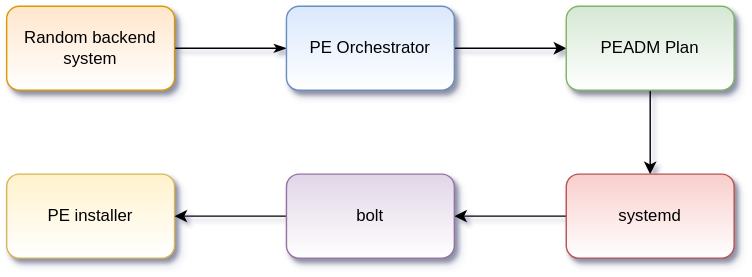
This is complicatedupgrade.drawio.svg from bastelfreak/cfgmgmtcamp2025, a draw.io export, as it was before one commit. Source tidied: cells renumbered, new cells last; positions are measured from the earlier drawing's top-left corner, leaving out a move shared by most shapes.
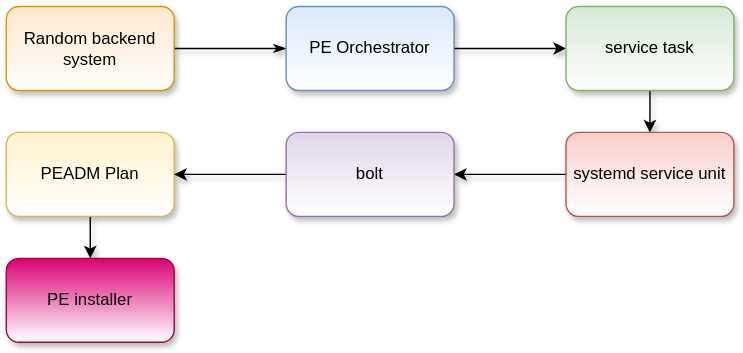
After the change.

What changed in the source:
```diff
@@ -2,38 +2,44 @@
   <root>
     <mxCell id="0" />
     <mxCell id="1" parent="0" />
-    <mxCell id="2" style="edgeStyle=orthogonalEdgeStyle;rounded=0;jettySize=auto;html=1;" parent="1" edge="1" source="4" target="6">
+    <mxCell id="2" style="edgeStyle=orthogonalEdgeStyle;rounded=0;jettySize=auto;html=1;shadow=1;" parent="1" edge="1" source="4" target="6">
       <mxGeometry relative="1" as="geometry" />
     </mxCell>
-    <mxCell id="3" style="edgeStyle=orthogonalEdgeStyle;rounded=0;jettySize=auto;html=1;startArrow=classicThin;startFill=1;endArrow=none;" parent="1" edge="1" source="4" target="7">
+    <mxCell id="3" style="edgeStyle=orthogonalEdgeStyle;rounded=0;jettySize=auto;html=1;startArrow=classicThin;startFill=1;endArrow=none;shadow=1;" parent="1" edge="1" source="4" target="7">
       <mxGeometry relative="1" as="geometry" />
     </mxCell>
     <mxCell id="4" value="PE Orchestrator" style="rounded=1;whiteSpace=wrap;html=1;fillColor=#dae8fc;strokeColor=#6c8ebf;gradientColor=light-dark(#ffffff, #ededed);shadow=1;" parent="1" vertex="1">
       <mxGeometry x="200" width="120" height="60" as="geometry" />
     </mxCell>
-    <mxCell id="5" style="edgeStyle=orthogonalEdgeStyle;rounded=0;jettySize=auto;html=1;" parent="1" edge="1" source="6" target="10">
+    <mxCell id="5" style="edgeStyle=orthogonalEdgeStyle;rounded=0;jettySize=auto;html=1;shadow=1;" parent="1" edge="1" source="6" target="11">
       <mxGeometry relative="1" as="geometry" />
     </mxCell>
-    <mxCell id="6" value="PEADM Plan" style="whiteSpace=wrap;html=1;rounded=1;shadow=1;fillColor=#d5e8d4;strokeColor=#82b366;gradientColor=light-dark(#ffffff, #ededed);" parent="1" vertex="1">
+    <mxCell id="6" value="service task" style="whiteSpace=wrap;html=1;rounded=1;shadow=1;fillColor=#d5e8d4;strokeColor=#82b366;gradientColor=light-dark(#ffffff, #ededed);" parent="1" vertex="1">
       <mxGeometry x="400" width="120" height="60" as="geometry" />
     </mxCell>
     <mxCell id="7" value="Random backend system" style="whiteSpace=wrap;html=1;fillColor=#ffe6cc;strokeColor=#d79b00;rounded=1;shadow=1;gradientColor=light-dark(#ffffff, #ededed);" parent="1" vertex="1">
       <mxGeometry width="120" height="60" as="geometry" />
     </mxCell>
-    <mxCell id="8" value="PE installer" style="rounded=1;whiteSpace=wrap;html=1;fillColor=#fff2cc;strokeColor=#d6b656;gradientColor=light-dark(#ffffff, #ededed);shadow=1;" parent="1" vertex="1">
-      <mxGeometry y="120" width="120" height="60" as="geometry" />
+    <mxCell id="8" style="edgeStyle=orthogonalEdgeStyle;rounded=0;jettySize=auto;html=1;shadow=1;" parent="1" edge="1" source="9" target="14">
+      <mxGeometry relative="1" as="geometry" />
     </mxCell>
-    <mxCell id="9" style="edgeStyle=orthogonalEdgeStyle;rounded=0;jettySize=auto;html=1;" parent="1" edge="1" source="10" target="12">
-      <mxGeometry relative="1" as="geometry" />
+    <mxCell id="9" value="PEADM Plan" style="rounded=1;whiteSpace=wrap;html=1;fillColor=#fff2cc;strokeColor=#d6b656;gradientColor=light-dark(#ffffff, #ededed);shadow=1;" parent="1" vertex="1">
+      <mxGeometry y="90" width="120" height="60" as="geometry" />
     </mxCell>
-    <mxCell id="10" value="systemd" style="whiteSpace=wrap;html=1;fillColor=#f8cecc;strokeColor=#b85450;rounded=1;shadow=1;gradientColor=light-dark(#ffffff, #ededed);" parent="1" vertex="1">
-      <mxGeometry x="400" y="120" width="120" height="60" as="geometry" />
+    <mxCell id="10" style="edgeStyle=orthogonalEdgeStyle;rounded=0;jettySize=auto;html=1;shadow=1;" parent="1" edge="1" source="11" target="13">
+      <mxGeometry relative="1" as="geometry" />
     </mxCell>
-    <mxCell id="11" style="edgeStyle=orthogonalEdgeStyle;rounded=0;jettySize=auto;html=1;exitX=0;exitY=0.5;exitDx=0;exitDy=0;entryX=1;entryY=0.5;entryDx=0;entryDy=0;" parent="1" edge="1" source="12" target="8">
-      <mxGeometry relative="1" as="geometry" />
+    <mxCell id="11" value="systemd service unit" style="whiteSpace=wrap;html=1;fillColor=#f8cecc;strokeColor=#b85450;rounded=1;shadow=1;gradientColor=light-dark(#ffffff, #ededed);" parent="1" vertex="1">
+      <mxGeometry x="400" y="90" width="120" height="60" as="geometry" />
     </mxCell>
-    <mxCell id="12" value="bolt" style="whiteSpace=wrap;html=1;fillColor=#e1d5e7;strokeColor=#9673a6;rounded=1;shadow=1;gradientColor=light-dark(#ffffff, #ededed);" parent="1" vertex="1">
-      <mxGeometry x="200" y="120" width="120" height="60" as="geometry" />
+    <mxCell id="12" style="edgeStyle=orthogonalEdgeStyle;rounded=0;jettySize=auto;html=1;exitX=0;exitY=0.5;exitDx=0;exitDy=0;entryX=1;entryY=0.5;entryDx=0;entryDy=0;shadow=1;" parent="1" edge="1" source="13" target="9">
+      <mxGeometry relative="1" as="geometry" />
     </mxCell>
+    <mxCell id="13" value="bolt" style="whiteSpace=wrap;html=1;fillColor=#e1d5e7;strokeColor=#9673a6;rounded=1;shadow=1;gradientColor=light-dark(#ffffff, #ededed);" parent="1" vertex="1">
+      <mxGeometry x="200" y="90" width="120" height="60" as="geometry" />
+    </mxCell>
+    <mxCell id="14" value="PE installer" style="whiteSpace=wrap;html=1;fillColor=#d80073;strokeColor=#A50040;rounded=1;shadow=1;fontColor=light-dark(#000000, #121212);gradientColor=light-dark(#ffffff, #ededed);" parent="1" vertex="1">
+      <mxGeometry y="180" width="120" height="60" as="geometry" />
+    </mxCell>
   </root>
 </mxGraphModel>
```
